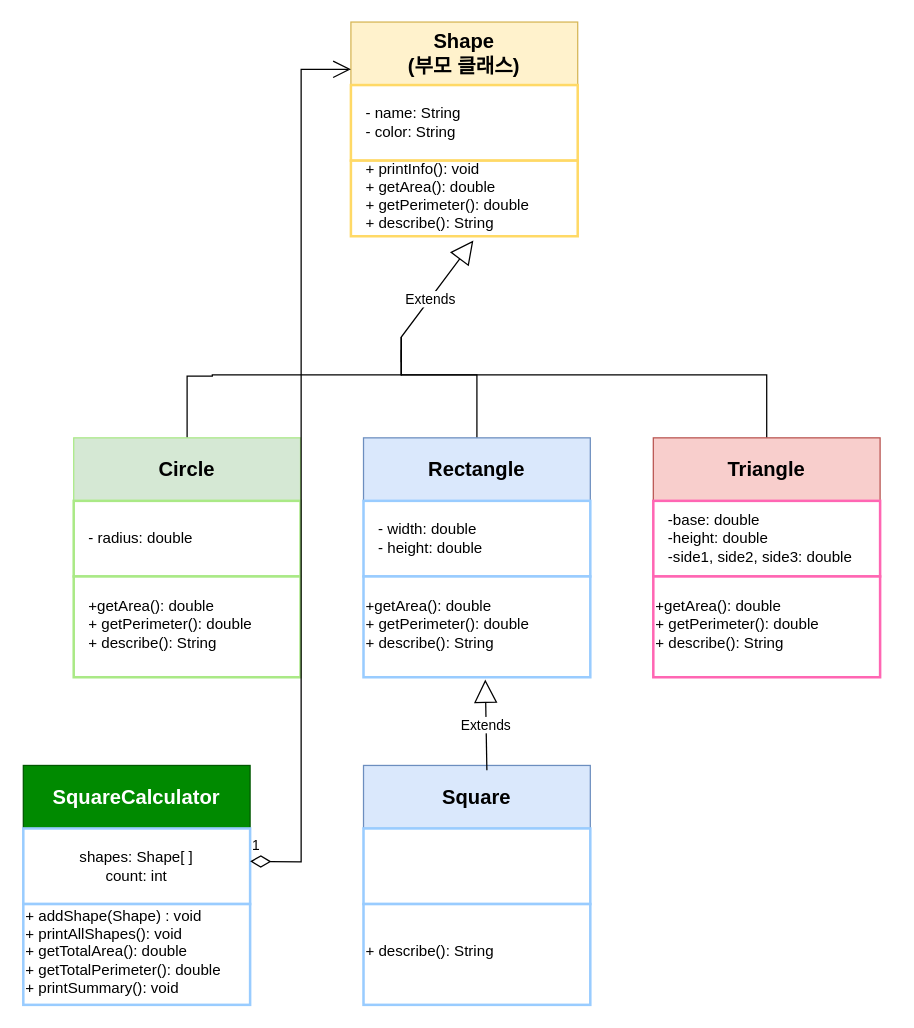
Earlier version of the draw.io diagram page "상속_관계" (2 of 3) of Phase2_Java/02_Java_OOP/상속.drawio (jfbootcamp/jf-job-prep-bootcamp). Source tidied: cells renumbered, new cells numbered last; positions are measured from the earlier drawing's top-left corner, leaving out a move shared by most shapes. Both pictures are drawn from the tidied source at 126%, with x=0, y=0 at pixel (23, 21).
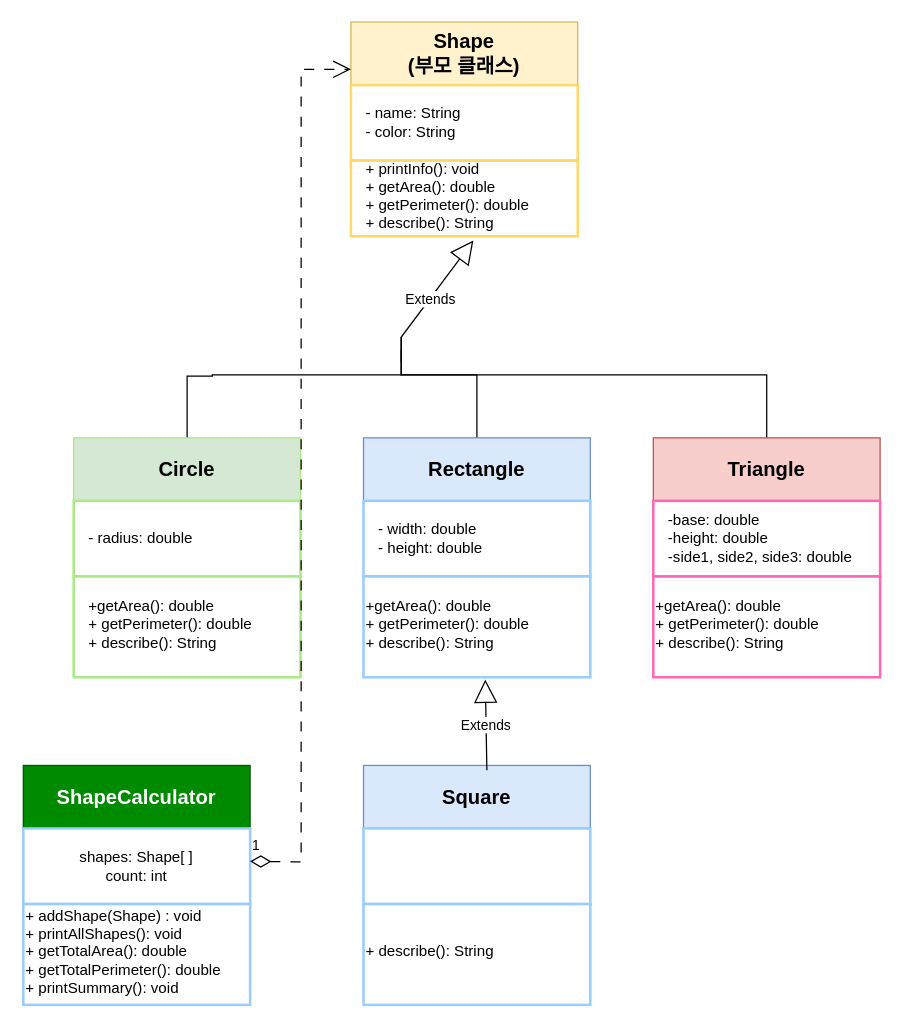
After the change.

Unchanged cells that the change refers to:
```xml
<mxCell id="2" value="&lt;span style=&quot;font-size: 16px;&quot;&gt;&lt;b&gt;Shape&lt;/b&gt;&lt;/span&gt;&lt;br&gt;&lt;div&gt;&lt;font style=&quot;font-size: 16px;&quot;&gt;&lt;b&gt;(부모 클래스)&lt;/b&gt;&lt;/font&gt;&lt;/div&gt;" style="rounded=0;whiteSpace=wrap;html=1;fillColor=#fff2cc;strokeColor=#d6b656;" parent="1" vertex="1">
  <mxGeometry x="260" width="180" height="50" as="geometry" />
</mxCell>
```

The edit, as a diff of the source:
```diff
@@
-    <mxCell id="31" value="&lt;span style=&quot;font-size: 16px;&quot;&gt;&lt;b&gt;SquareCalculator&lt;/b&gt;&lt;/span&gt;" style="rounded=0;whiteSpace=wrap;html=1;fillColor=#008a00;strokeColor=#005700;fontColor=#ffffff;" parent="1" vertex="1">
+    <mxCell id="31" value="&lt;span style=&quot;font-size: 16px;&quot;&gt;&lt;b&gt;ShapeCalculator&lt;/b&gt;&lt;/span&gt;" style="rounded=0;whiteSpace=wrap;html=1;fillColor=#008a00;strokeColor=#005700;fontColor=#ffffff;" parent="1" vertex="1">
       <mxGeometry y="590" width="180" height="50" as="geometry" />
     </mxCell>
@@
-    <mxCell id="35" value="1" style="endArrow=open;html=1;endSize=12;startArrow=diamondThin;startSize=14;startFill=0;edgeStyle=orthogonalEdgeStyle;align=left;verticalAlign=bottom;rounded=0;exitX=0.987;exitY=0.602;exitDx=0;exitDy=0;exitPerimeter=0;entryX=0;entryY=0.75;entryDx=0;entryDy=0;" parent="1" edge="1" target="2">
+    <mxCell id="35" value="1" style="endArrow=open;html=1;endSize=12;startArrow=diamondThin;startSize=14;startFill=0;edgeStyle=orthogonalEdgeStyle;align=left;verticalAlign=bottom;rounded=0;exitX=0.987;exitY=0.602;exitDx=0;exitDy=0;exitPerimeter=0;entryX=0;entryY=0.75;entryDx=0;entryDy=0;dashed=1;dashPattern=8 8;" parent="1" edge="1" target="2">
       <mxGeometry x="-1" y="3" relative="1" as="geometry">
         <mxPoint x="180" y="666.1" as="sourcePoint" />
       </mxGeometry>
     </mxCell>
```
